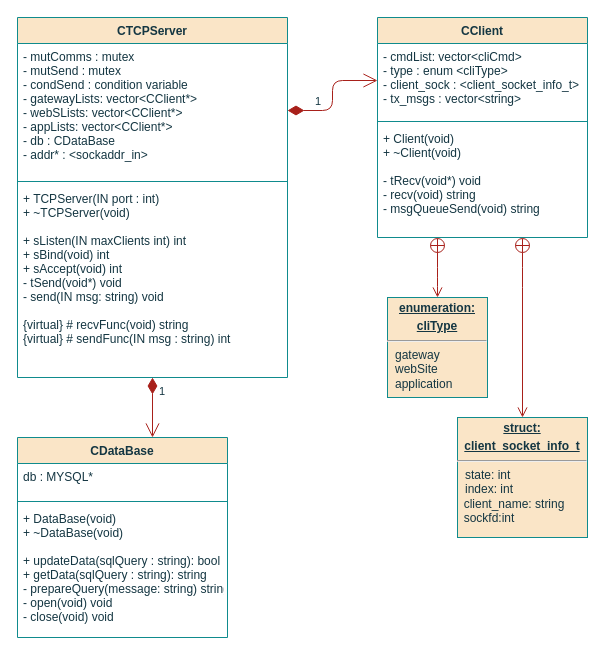
ESRGgroup9/slipad keeps this draw.io diagram as page "Class" (2 of 7) of documentation/flowcharts/RS/RS.drawio. Above is the earlier version. Source tidied: cells renumbered, new cells numbered last; positions are measured from the earlier drawing's top-left corner, leaving out a move shared by most shapes. Both pictures are drawn from the tidied source at 100%, with x=0, y=0 at pixel (17, 17).
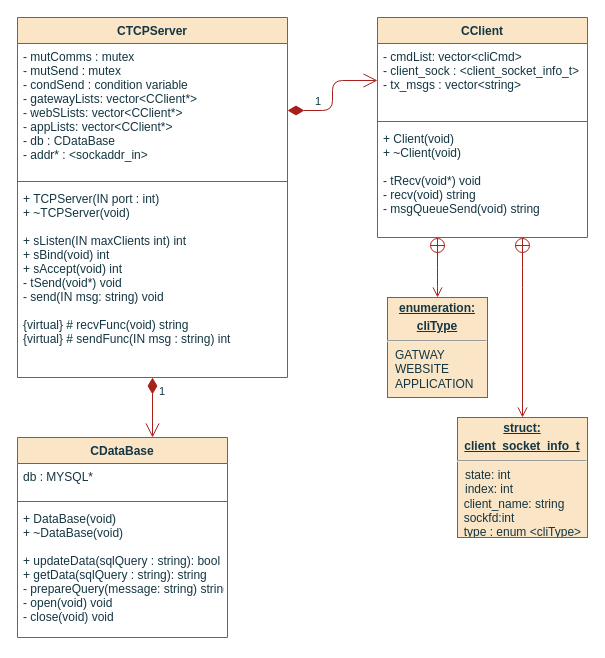
After the change.

The change refers to these unchanged cells:
```xml
<mxCell id="6" value="CClient" style="swimlane;fontStyle=1;align=center;verticalAlign=top;horizontal=1;startSize=26;fillColor=#FAE5C7;strokeColor=#0F8B8D;fontColor=#143642;" parent="1" vertex="1">
  <mxGeometry x="360" width="210" height="220" as="geometry" />
</mxCell>
```

Change to the diagram source:
```diff
@@
-    <mxCell id="7" value="- cmdList: vector&lt;cliCmd&gt;&#10;- type : enum &lt;cliType&gt;&#10;- client_sock : &lt;client_socket_info_t&gt;&#10;- tx_msgs : vector&lt;string&gt;" style="text;strokeColor=none;fillColor=none;align=left;verticalAlign=top;spacingLeft=4;spacingRight=4;overflow=hidden;points=[[0,0.5],[1,0.5]];portConstraint=eastwest;fontColor=#143642;" parent="6" vertex="1">
+    <mxCell id="7" value="- cmdList: vector&lt;cliCmd&gt;&#10;- client_sock : &lt;client_socket_info_t&gt;&#10;- tx_msgs : vector&lt;string&gt;" style="text;strokeColor=none;fillColor=none;align=left;verticalAlign=top;spacingLeft=4;spacingRight=4;overflow=hidden;points=[[0,0.5],[1,0.5]];portConstraint=eastwest;fontColor=#143642;" parent="6" vertex="1">
       <mxGeometry y="26" width="210" height="74" as="geometry" />
     </mxCell>
@@
-    <mxCell id="10" value="&lt;p style=&quot;margin: 0px ; margin-top: 4px ; text-align: center ; text-decoration: underline&quot;&gt;&lt;b&gt;enumeration:&lt;/b&gt;&lt;/p&gt;&lt;p style=&quot;margin: 0px ; margin-top: 4px ; text-align: center ; text-decoration: underline&quot;&gt;&lt;b&gt;cliType&lt;/b&gt;&lt;/p&gt;&lt;hr&gt;&lt;p style=&quot;margin: 0px ; margin-left: 8px&quot;&gt;gateway&lt;/p&gt;&lt;p style=&quot;margin: 0px ; margin-left: 8px&quot;&gt;webSite&lt;/p&gt;&lt;p style=&quot;margin: 0px ; margin-left: 8px&quot;&gt;application&lt;br&gt;&lt;/p&gt;" style="verticalAlign=top;align=left;overflow=fill;fontSize=12;fontFamily=Helvetica;html=1;fillColor=#FAE5C7;strokeColor=#0F8B8D;fontColor=#143642;" parent="1" vertex="1">
+    <mxCell id="10" value="&lt;p style=&quot;margin: 0px ; margin-top: 4px ; text-align: center ; text-decoration: underline&quot;&gt;&lt;b&gt;enumeration:&lt;/b&gt;&lt;/p&gt;&lt;p style=&quot;margin: 0px ; margin-top: 4px ; text-align: center ; text-decoration: underline&quot;&gt;&lt;b&gt;cliType&lt;/b&gt;&lt;/p&gt;&lt;hr&gt;&lt;p style=&quot;margin: 0px ; margin-left: 8px&quot;&gt;GATWAY&lt;/p&gt;&lt;p style=&quot;margin: 0px ; margin-left: 8px&quot;&gt;WEBSITE&lt;/p&gt;&lt;p style=&quot;margin: 0px ; margin-left: 8px&quot;&gt;APPLICATION&lt;br&gt;&lt;/p&gt;" style="verticalAlign=top;align=left;overflow=fill;fontSize=12;fontFamily=Helvetica;html=1;fillColor=#FAE5C7;strokeColor=#0F8B8D;fontColor=#143642;" parent="1" vertex="1">
       <mxGeometry x="370" y="280" width="100" height="100" as="geometry" />
     </mxCell>
@@
-    <mxCell id="18" value="&lt;p style=&quot;margin: 0px ; margin-top: 4px ; text-align: center ; text-decoration: underline&quot;&gt;&lt;b&gt;struct:&lt;/b&gt;&lt;/p&gt;&lt;p style=&quot;margin: 0px ; margin-top: 4px ; text-align: center ; text-decoration: underline&quot;&gt;&lt;b&gt;client_socket_info_t&lt;br&gt;&lt;/b&gt;&lt;/p&gt;&lt;hr&gt;&lt;p style=&quot;margin: 0px ; margin-left: 8px&quot;&gt;state: int&lt;/p&gt;&lt;p style=&quot;margin: 0px ; margin-left: 8px&quot;&gt;&lt;span class=&quot;pl-c1&quot;&gt;index&lt;/span&gt;: int&lt;/p&gt;&lt;div&gt;&amp;nbsp; client_name: string&lt;/div&gt;&lt;div&gt;&amp;nbsp; sockfd:int&lt;/div&gt;" style="verticalAlign=top;align=left;overflow=fill;fontSize=12;fontFamily=Helvetica;html=1;fillColor=#FAE5C7;strokeColor=#0F8B8D;fontColor=#143642;" parent="1" vertex="1">
+    <mxCell id="18" value="&lt;p style=&quot;margin: 0px ; margin-top: 4px ; text-align: center ; text-decoration: underline&quot;&gt;&lt;b&gt;struct:&lt;/b&gt;&lt;/p&gt;&lt;p style=&quot;margin: 0px ; margin-top: 4px ; text-align: center ; text-decoration: underline&quot;&gt;&lt;b&gt;client_socket_info_t&lt;br&gt;&lt;/b&gt;&lt;/p&gt;&lt;hr&gt;&lt;p style=&quot;margin: 0px ; margin-left: 8px&quot;&gt;state: int&lt;/p&gt;&lt;p style=&quot;margin: 0px ; margin-left: 8px&quot;&gt;&lt;span class=&quot;pl-c1&quot;&gt;index&lt;/span&gt;: int&lt;/p&gt;&lt;div&gt;&amp;nbsp; client_name: string&lt;/div&gt;&lt;div&gt;&amp;nbsp; sockfd:int&lt;/div&gt;&lt;div&gt;&amp;nbsp; type : enum &amp;lt;cliType&amp;gt;&lt;/div&gt;" style="verticalAlign=top;align=left;overflow=fill;fontSize=12;fontFamily=Helvetica;html=1;fillColor=#FAE5C7;strokeColor=#0F8B8D;fontColor=#143642;" parent="1" vertex="1">
       <mxGeometry x="440" y="400" width="130" height="120" as="geometry" />
     </mxCell>
```
